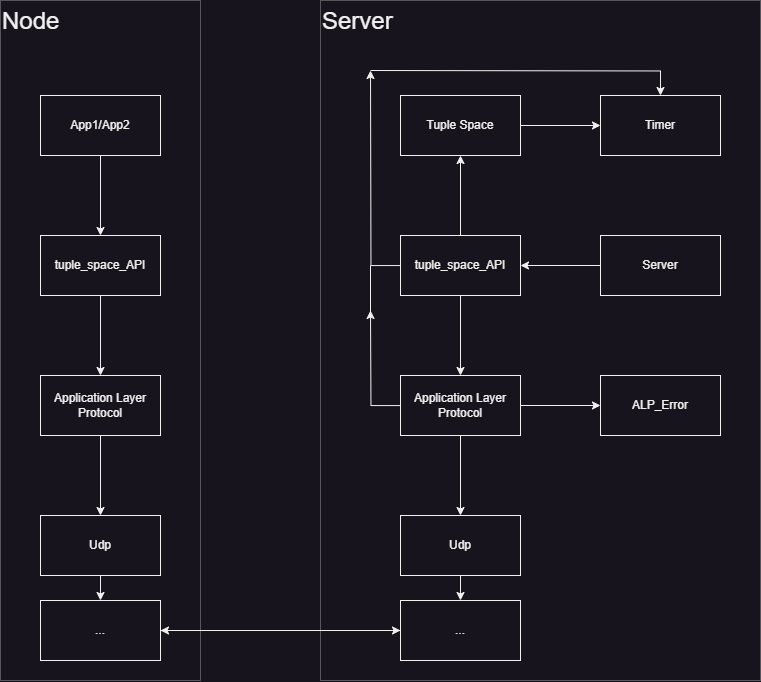
Before: Tuple_Space.png, a diagram exported from draw.io (Sulik-git/psir-project). Source tidied: cells renumbered, new cells last; positions are measured from the earlier drawing's top-left corner, leaving out a move shared by most shapes.
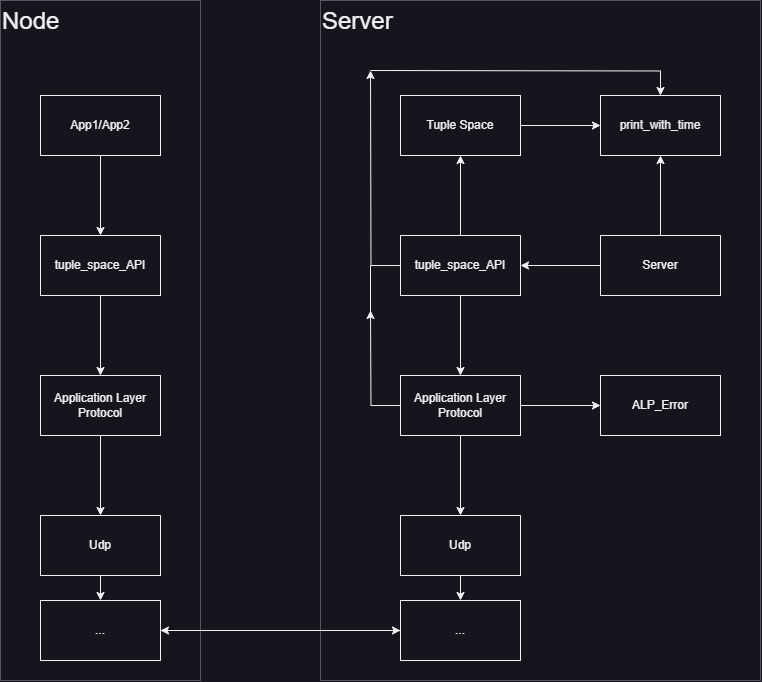
After the commit.

What changed in the source:
```diff
@@ -87,13 +87,16 @@
     <mxCell id="28" style="edgeStyle=orthogonalEdgeStyle;rounded=0;jettySize=auto;html=1;" parent="1" edge="1" source="29" target="9">
       <mxGeometry relative="1" as="geometry" />
     </mxCell>
+    <mxCell id="34" style="edgeStyle=orthogonalEdgeStyle;rounded=0;jettySize=auto;html=1;" parent="1" edge="1" source="29" target="31">
+      <mxGeometry relative="1" as="geometry" />
+    </mxCell>
     <mxCell id="29" value="Server" style="whiteSpace=wrap;html=1;rounded=0;" parent="1" vertex="1">
       <mxGeometry x="600" y="235" width="120" height="60" as="geometry" />
     </mxCell>
     <mxCell id="30" value="ALP_Error" style="whiteSpace=wrap;html=1;rounded=0;" parent="1" vertex="1">
       <mxGeometry x="600" y="375" width="120" height="60" as="geometry" />
     </mxCell>
-    <mxCell id="31" value="Timer" style="rounded=0;whiteSpace=wrap;html=1;" parent="1" vertex="1">
+    <mxCell id="31" value="print_with_time" style="rounded=0;whiteSpace=wrap;html=1;" parent="1" vertex="1">
       <mxGeometry x="600" y="95" width="120" height="60" as="geometry" />
     </mxCell>
     <mxCell id="32" style="edgeStyle=orthogonalEdgeStyle;rounded=0;jettySize=auto;html=1;entryX=0.5;entryY=0;entryDx=0;entryDy=0;" parent="1" edge="1" target="31">
```
